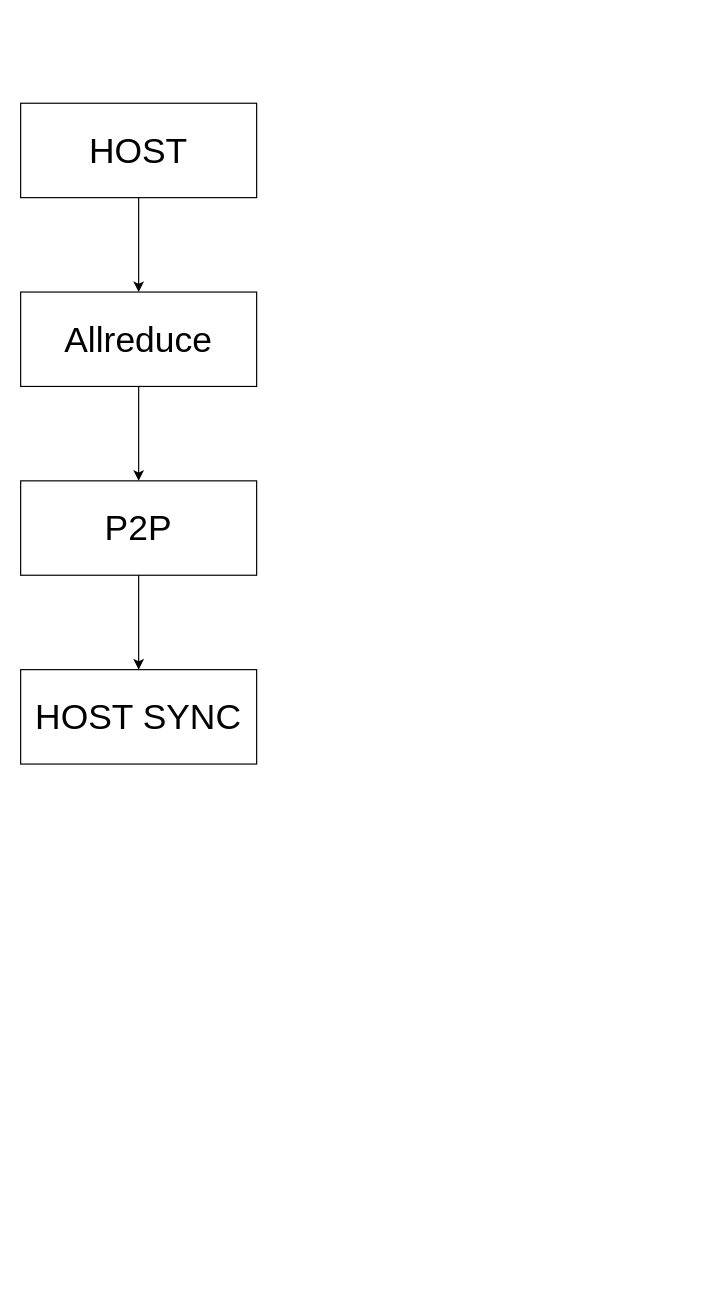
Above: TCCL/RingAllreduceSyncOnHost.drawio in BEYHHH/SBLP (draw.io), before the change. Source tidied: cells renumbered, new cells numbered last; positions are measured from the earlier drawing's top-left corner, leaving out a move shared by most shapes. Both pictures are drawn from the tidied source at 118%, with x=0, y=0 at pixel (20, 103).
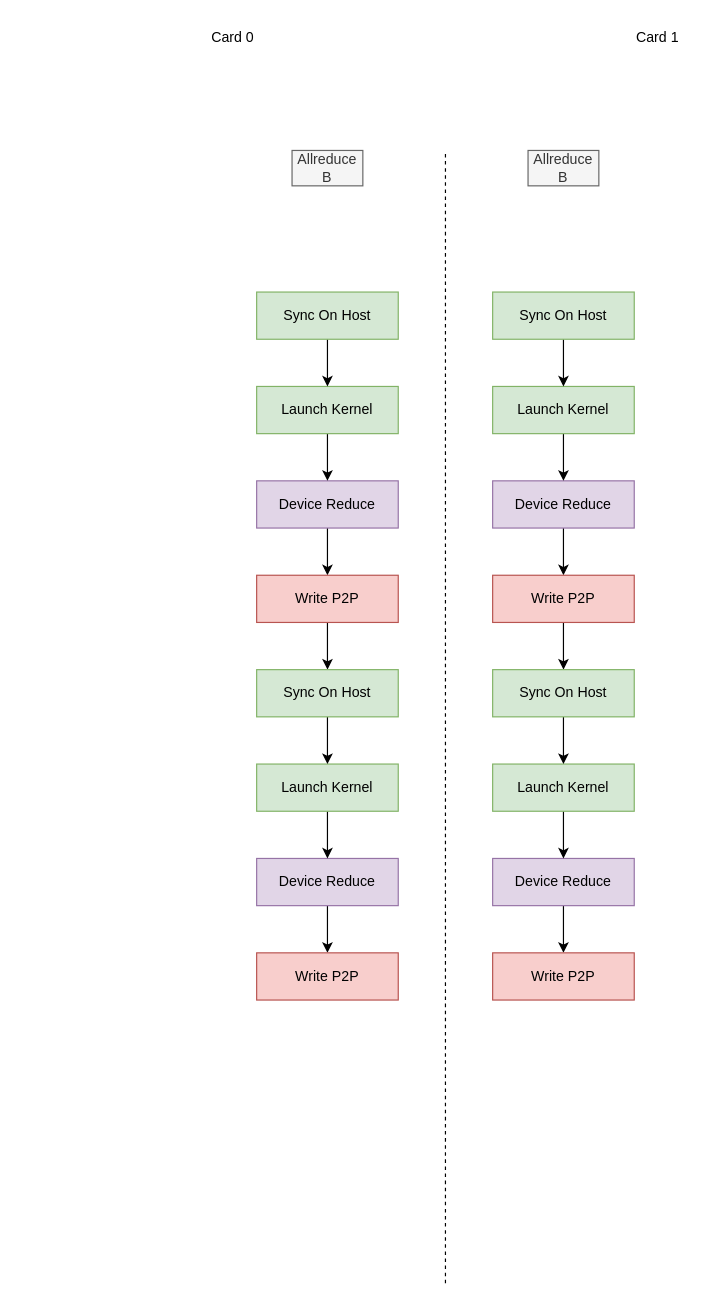
After the change.

The edit, as a diff of the source:
```diff
@@
-    <mxCell id="2" style="edgeStyle=orthogonalEdgeStyle;rounded=0;jettySize=auto;html=1;" parent="1" edge="1" source="3" target="5">
-      <mxGeometry relative="1" as="geometry" />
-    </mxCell>
-    <mxCell id="3" value="&lt;font style=&quot;font-size: 30px;&quot;&gt;HOST&lt;/font&gt;" style="rounded=0;whiteSpace=wrap;html=1;" parent="1" vertex="1">
-      <mxGeometry width="200" height="80" as="geometry" />
-    </mxCell>
-    <mxCell id="4" style="edgeStyle=orthogonalEdgeStyle;rounded=0;jettySize=auto;html=1;" parent="1" edge="1" source="5" target="7">
-      <mxGeometry relative="1" as="geometry" />
-    </mxCell>
-    <mxCell id="5" value="&lt;span style=&quot;font-size: 30px;&quot;&gt;Allreduce&lt;/span&gt;" style="rounded=0;whiteSpace=wrap;html=1;" parent="1" vertex="1">
-      <mxGeometry y="160" width="200" height="80" as="geometry" />
-    </mxCell>
-    <mxCell id="6" style="edgeStyle=orthogonalEdgeStyle;rounded=0;jettySize=auto;html=1;" parent="1" edge="1" source="7" target="8">
-      <mxGeometry relative="1" as="geometry" />
-    </mxCell>
-    <mxCell id="7" value="&lt;span style=&quot;font-size: 30px;&quot;&gt;P2P&lt;/span&gt;" style="rounded=0;whiteSpace=wrap;html=1;" parent="1" vertex="1">
-      <mxGeometry y="320" width="200" height="80" as="geometry" />
-    </mxCell>
-    <mxCell id="8" value="&lt;font style=&quot;font-size: 30px;&quot;&gt;HOST SYNC&lt;/font&gt;" style="rounded=0;whiteSpace=wrap;html=1;" parent="1" vertex="1">
-      <mxGeometry y="480" width="200" height="80" as="geometry" />
-    </mxCell>
+    <mxCell id="9" style="endArrow=none;dashed=1;html=1;rounded=0;" parent="1" edge="1">
+      <mxGeometry relative="1" as="geometry">
+        <mxPoint x="360" y="1000" as="sourcePoint" />
+        <mxPoint x="360" y="40" as="targetPoint" />
+      </mxGeometry>
+    </mxCell>
+    <mxCell id="10" style="edgeStyle=orthogonalEdgeStyle;rounded=0;jettySize=auto;html=1;fillColor=#d5e8d4;strokeColor=#000000;" parent="1" edge="1" source="11">
+      <mxGeometry relative="1" as="geometry">
+        <mxPoint x="260" y="400" as="targetPoint" />
+      </mxGeometry>
+    </mxCell>
+    <mxCell id="11" value="Device Reduce" style="rounded=0;whiteSpace=wrap;html=1;fillColor=#e1d5e7;strokeColor=#9673a6;" parent="1" vertex="1">
+      <mxGeometry x="200" y="320" width="120" height="40" as="geometry" />
+    </mxCell>
+    <mxCell id="12" value="Allreduce&lt;br&gt;B" style="text;html=1;strokeColor=#666666;fillColor=#f5f5f5;align=center;verticalAlign=middle;whiteSpace=wrap;rounded=0;fontColor=#333333;" parent="1" vertex="1">
+      <mxGeometry x="430" y="40" width="60" height="30" as="geometry" />
+    </mxCell>
+    <mxCell id="13" value="Allreduce&lt;br&gt;B" style="text;html=1;strokeColor=#666666;fillColor=#f5f5f5;align=center;verticalAlign=middle;whiteSpace=wrap;rounded=0;fontColor=#333333;" parent="1" vertex="1">
+      <mxGeometry x="230" y="40" width="60" height="30" as="geometry" />
+    </mxCell>
+    <mxCell id="14" value="Card 0" style="text;html=1;strokeColor=none;fillColor=none;align=center;verticalAlign=middle;whiteSpace=wrap;rounded=0;" parent="1" vertex="1">
+      <mxGeometry x="150" y="-70" width="60" height="30" as="geometry" />
+    </mxCell>
+    <mxCell id="15" value="Card 1" style="text;html=1;strokeColor=none;fillColor=none;align=center;verticalAlign=middle;whiteSpace=wrap;rounded=0;" parent="1" vertex="1">
+      <mxGeometry x="510" y="-70" width="60" height="30" as="geometry" />
+    </mxCell>
+    <mxCell id="16" style="edgeStyle=orthogonalEdgeStyle;rounded=0;jettySize=auto;html=1;" parent="1" edge="1" source="17" target="11">
+      <mxGeometry relative="1" as="geometry" />
+    </mxCell>
+    <mxCell id="17" value="Launch Kernel" style="rounded=0;whiteSpace=wrap;html=1;fillColor=#d5e8d4;strokeColor=#82b366;" parent="1" vertex="1">
+      <mxGeometry x="200" y="240" width="120" height="40" as="geometry" />
+    </mxCell>
+    <mxCell id="18" style="edgeStyle=orthogonalEdgeStyle;rounded=0;jettySize=auto;html=1;" parent="1" edge="1" source="19" target="17">
+      <mxGeometry relative="1" as="geometry" />
+    </mxCell>
+    <mxCell id="19" value="Sync On Host" style="rounded=0;whiteSpace=wrap;html=1;fillColor=#d5e8d4;strokeColor=#82b366;" parent="1" vertex="1">
+      <mxGeometry x="200" y="160" width="120" height="40" as="geometry" />
+    </mxCell>
+    <mxCell id="20" style="edgeStyle=orthogonalEdgeStyle;rounded=0;jettySize=auto;html=1;" parent="1" edge="1" source="21" target="27">
+      <mxGeometry relative="1" as="geometry" />
+    </mxCell>
+    <mxCell id="21" value="Write P2P" style="rounded=0;whiteSpace=wrap;html=1;fillColor=#f8cecc;strokeColor=#b85450;" parent="1" vertex="1">
+      <mxGeometry x="200" y="400" width="120" height="40" as="geometry" />
+    </mxCell>
+    <mxCell id="22" style="edgeStyle=orthogonalEdgeStyle;rounded=0;jettySize=auto;html=1;fillColor=#d5e8d4;strokeColor=#000000;" parent="1" edge="1" source="23">
+      <mxGeometry relative="1" as="geometry">
+        <mxPoint x="260" y="720" as="targetPoint" />
+      </mxGeometry>
+    </mxCell>
+    <mxCell id="23" value="Device Reduce" style="rounded=0;whiteSpace=wrap;html=1;fillColor=#e1d5e7;strokeColor=#9673a6;" parent="1" vertex="1">
+      <mxGeometry x="200" y="640" width="120" height="40" as="geometry" />
+    </mxCell>
+    <mxCell id="24" style="edgeStyle=orthogonalEdgeStyle;rounded=0;jettySize=auto;html=1;" parent="1" edge="1" source="25" target="23">
+      <mxGeometry relative="1" as="geometry" />
+    </mxCell>
+    <mxCell id="25" value="Launch Kernel" style="rounded=0;whiteSpace=wrap;html=1;fillColor=#d5e8d4;strokeColor=#82b366;" parent="1" vertex="1">
+      <mxGeometry x="200" y="560" width="120" height="40" as="geometry" />
+    </mxCell>
+    <mxCell id="26" style="edgeStyle=orthogonalEdgeStyle;rounded=0;jettySize=auto;html=1;" parent="1" edge="1" source="27" target="25">
+      <mxGeometry relative="1" as="geometry" />
+    </mxCell>
+    <mxCell id="27" value="Sync On Host" style="rounded=0;whiteSpace=wrap;html=1;fillColor=#d5e8d4;strokeColor=#82b366;" parent="1" vertex="1">
+      <mxGeometry x="200" y="480" width="120" height="40" as="geometry" />
+    </mxCell>
+    <mxCell id="28" value="Write P2P" style="rounded=0;whiteSpace=wrap;html=1;fillColor=#f8cecc;strokeColor=#b85450;" parent="1" vertex="1">
+      <mxGeometry x="200" y="720" width="120" height="40" as="geometry" />
+    </mxCell>
+    <mxCell id="29" style="edgeStyle=orthogonalEdgeStyle;rounded=0;jettySize=auto;html=1;fillColor=#d5e8d4;strokeColor=#000000;" parent="1" edge="1" source="30">
+      <mxGeometry relative="1" as="geometry">
+        <mxPoint x="460" y="400" as="targetPoint" />
+      </mxGeometry>
+    </mxCell>
+    <mxCell id="30" value="Device Reduce" style="rounded=0;whiteSpace=wrap;html=1;fillColor=#e1d5e7;strokeColor=#9673a6;" parent="1" vertex="1">
+      <mxGeometry x="400" y="320" width="120" height="40" as="geometry" />
+    </mxCell>
+    <mxCell id="31" style="edgeStyle=orthogonalEdgeStyle;rounded=0;jettySize=auto;html=1;" parent="1" edge="1" source="32" target="30">
+      <mxGeometry relative="1" as="geometry" />
+    </mxCell>
+    <mxCell id="32" value="Launch Kernel" style="rounded=0;whiteSpace=wrap;html=1;fillColor=#d5e8d4;strokeColor=#82b366;" parent="1" vertex="1">
+      <mxGeometry x="400" y="240" width="120" height="40" as="geometry" />
+    </mxCell>
+    <mxCell id="33" style="edgeStyle=orthogonalEdgeStyle;rounded=0;jettySize=auto;html=1;" parent="1" edge="1" source="34" target="32">
+      <mxGeometry relative="1" as="geometry" />
+    </mxCell>
+    <mxCell id="34" value="Sync On Host" style="rounded=0;whiteSpace=wrap;html=1;fillColor=#d5e8d4;strokeColor=#82b366;" parent="1" vertex="1">
+      <mxGeometry x="400" y="160" width="120" height="40" as="geometry" />
+    </mxCell>
+    <mxCell id="35" style="edgeStyle=orthogonalEdgeStyle;rounded=0;jettySize=auto;html=1;" parent="1" edge="1" source="36" target="42">
+      <mxGeometry relative="1" as="geometry" />
+    </mxCell>
+    <mxCell id="36" value="Write P2P" style="rounded=0;whiteSpace=wrap;html=1;fillColor=#f8cecc;strokeColor=#b85450;" parent="1" vertex="1">
+      <mxGeometry x="400" y="400" width="120" height="40" as="geometry" />
+    </mxCell>
+    <mxCell id="37" style="edgeStyle=orthogonalEdgeStyle;rounded=0;jettySize=auto;html=1;fillColor=#d5e8d4;strokeColor=#000000;" parent="1" edge="1" source="38">
+      <mxGeometry relative="1" as="geometry">
+        <mxPoint x="460" y="720" as="targetPoint" />
+      </mxGeometry>
+    </mxCell>
+    <mxCell id="38" value="Device Reduce" style="rounded=0;whiteSpace=wrap;html=1;fillColor=#e1d5e7;strokeColor=#9673a6;" parent="1" vertex="1">
+      <mxGeometry x="400" y="640" width="120" height="40" as="geometry" />
+    </mxCell>
+    <mxCell id="39" style="edgeStyle=orthogonalEdgeStyle;rounded=0;jettySize=auto;html=1;" parent="1" edge="1" source="40" target="38">
+      <mxGeometry relative="1" as="geometry" />
+    </mxCell>
+    <mxCell id="40" value="Launch Kernel" style="rounded=0;whiteSpace=wrap;html=1;fillColor=#d5e8d4;strokeColor=#82b366;" parent="1" vertex="1">
+      <mxGeometry x="400" y="560" width="120" height="40" as="geometry" />
+    </mxCell>
+    <mxCell id="41" style="edgeStyle=orthogonalEdgeStyle;rounded=0;jettySize=auto;html=1;" parent="1" edge="1" source="42" target="40">
+      <mxGeometry relative="1" as="geometry" />
+    </mxCell>
+    <mxCell id="42" value="Sync On Host" style="rounded=0;whiteSpace=wrap;html=1;fillColor=#d5e8d4;strokeColor=#82b366;" parent="1" vertex="1">
+      <mxGeometry x="400" y="480" width="120" height="40" as="geometry" />
+    </mxCell>
+    <mxCell id="43" value="Write P2P" style="rounded=0;whiteSpace=wrap;html=1;fillColor=#f8cecc;strokeColor=#b85450;" parent="1" vertex="1">
+      <mxGeometry x="400" y="720" width="120" height="40" as="geometry" />
+    </mxCell>
```
